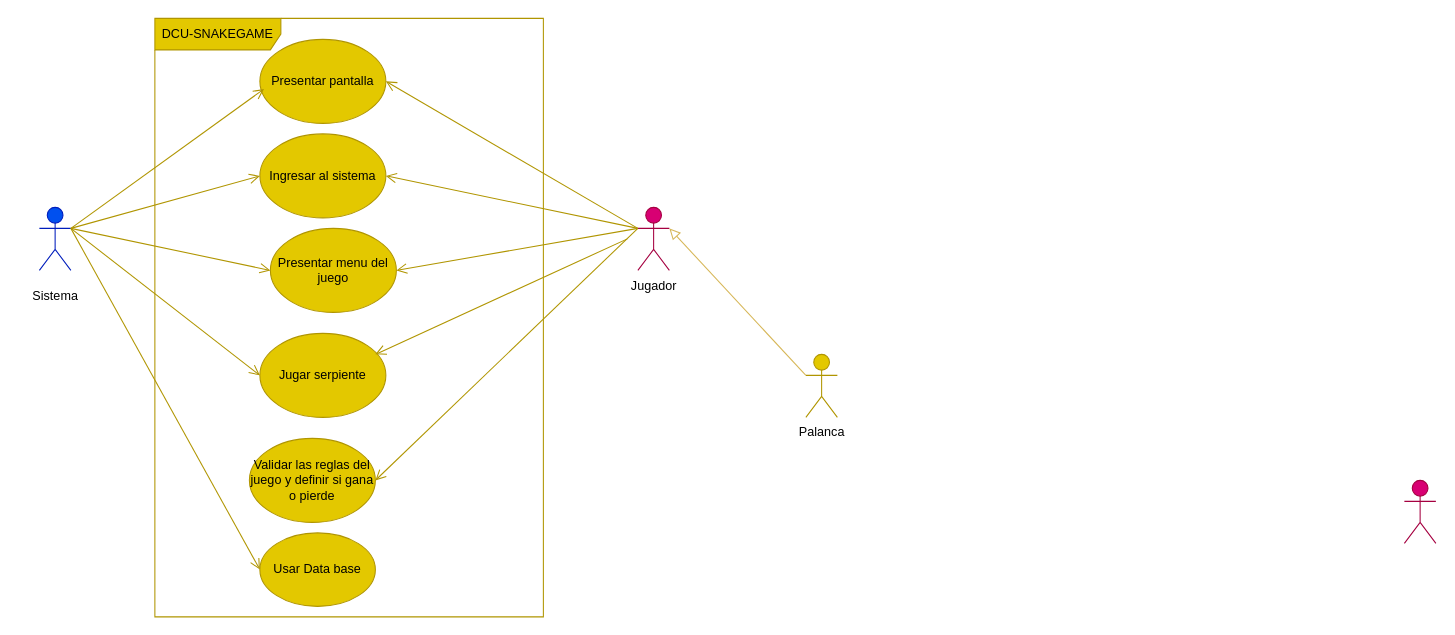
Juancb28/SnakeGame keeps this draw.io diagram as design/DCU_SNAKEGAME.dio. Above is the earlier version. Source tidied: cells renumbered, new cells numbered last; positions are measured from the earlier drawing's top-left corner, leaving out a move shared by most shapes. Both pictures are drawn from the tidied source at 105%, with x=0, y=0 at pixel (18, 18).
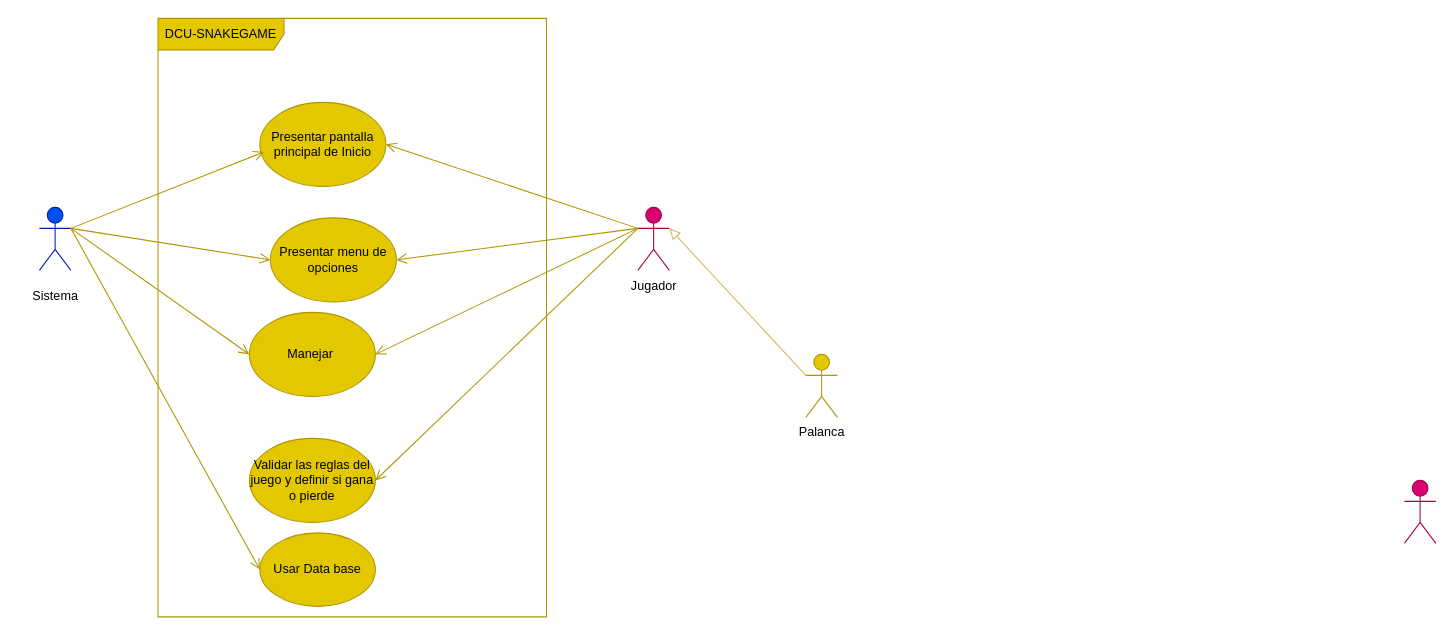
After the change.

The change refers to these unchanged cells:
```xml
<mxCell id="3" value="Jugador" style="shape=umlActor;verticalLabelPosition=bottom;verticalAlign=top;html=1;outlineConnect=0;fillColor=#0050ef;fontColor=#ffffff;strokeColor=#001DBC;" parent="1" vertex="1">
  <mxGeometry x="20" y="180" width="30" height="60" as="geometry" />
</mxCell>
<mxCell id="4" value="Juego" style="shape=umlActor;verticalLabelPosition=bottom;verticalAlign=top;html=1;outlineConnect=0;fillColor=#d80073;fontColor=#ffffff;strokeColor=#A50040;" parent="1" vertex="1">
  <mxGeometry x="590" y="180" width="30" height="60" as="geometry" />
</mxCell>
```

What changed in the source:
```diff
@@
     <mxCell id="2" value="DCU-SNAKEGAME" style="shape=umlFrame;whiteSpace=wrap;html=1;width=120;height=30;boundedLbl=1;verticalAlign=middle;align=left;spacingLeft=5;fillColor=#e3c800;fontColor=#000000;strokeColor=#B09500;" parent="1" vertex="1">
-      <mxGeometry x="130" width="370" height="570" as="geometry" />
+      <mxGeometry x="133" width="370" height="570" as="geometry" />
     </mxCell>
@@
-    <mxCell id="6" value="Presentar menu del juego" style="ellipse;whiteSpace=wrap;html=1;fillColor=#e3c800;fontColor=#000000;strokeColor=#B09500;" parent="1" vertex="1">
-      <mxGeometry x="240" y="200" width="120" height="80" as="geometry" />
+    <mxCell id="6" value="Presentar menu de opciones" style="ellipse;whiteSpace=wrap;html=1;fillColor=#e3c800;fontColor=#000000;strokeColor=#B09500;" parent="1" vertex="1">
+      <mxGeometry x="240" y="190" width="120" height="80" as="geometry" />
     </mxCell>
-    <mxCell id="7" value="Jugar serpiente" style="ellipse;whiteSpace=wrap;html=1;fillColor=#e3c800;fontColor=#000000;strokeColor=#B09500;" parent="1" vertex="1">
-      <mxGeometry x="230" y="300" width="120" height="80" as="geometry" />
+    <mxCell id="7" value="Manejar&amp;nbsp;" style="ellipse;whiteSpace=wrap;html=1;fillColor=#e3c800;fontColor=#000000;strokeColor=#B09500;" parent="1" vertex="1">
+      <mxGeometry x="220" y="280" width="120" height="80" as="geometry" />
     </mxCell>
-    <mxCell id="8" value="&lt;div style=&quot;text-align: center;&quot;&gt;&lt;span style=&quot;text-align: start; background-color: initial;&quot;&gt;Ingresar al sistema&lt;/span&gt;&lt;/div&gt;" style="ellipse;whiteSpace=wrap;html=1;fillColor=#e3c800;fontColor=#000000;strokeColor=#B09500;" parent="1" vertex="1">
-      <mxGeometry x="230" y="110" width="120" height="80" as="geometry" />
-    </mxCell>
-    <mxCell id="9" style="endArrow=open;startArrow=none;endFill=0;startFill=0;endSize=8;html=1;verticalAlign=bottom;labelBackgroundColor=none;strokeWidth=1;exitX=1;exitY=0.3333333333333333;exitDx=0;exitDy=0;exitPerimeter=0;entryX=0;entryY=0.5;entryDx=0;entryDy=0;fillColor=#e3c800;strokeColor=#B09500;" parent="1" edge="1" source="3" target="8">
-      <mxGeometry relative="1" as="geometry" />
-    </mxCell>
@@
-    <mxCell id="12" style="endArrow=open;startArrow=none;endFill=0;startFill=0;endSize=8;html=1;verticalAlign=bottom;labelBackgroundColor=none;strokeWidth=1;exitX=0;exitY=0.3333333333333333;exitDx=0;exitDy=0;exitPerimeter=0;entryX=1;entryY=0.5;entryDx=0;entryDy=0;fillColor=#e3c800;strokeColor=#B09500;" parent="1" edge="1" source="4" target="8">
-      <mxGeometry relative="1" as="geometry" />
-    </mxCell>
@@
-    <mxCell id="17" value="&lt;div style=&quot;text-align: start;&quot;&gt;Presentar pantalla&lt;/div&gt;" style="ellipse;whiteSpace=wrap;html=1;fillColor=#e3c800;fontColor=#000000;strokeColor=#B09500;" parent="1" vertex="1">
-      <mxGeometry x="230" y="20" width="120" height="80" as="geometry" />
+    <mxCell id="17" value="&lt;div style=&quot;&quot;&gt;Presentar pantalla principal de Inicio&lt;/div&gt;" style="ellipse;whiteSpace=wrap;html=1;fillColor=#e3c800;fontColor=#000000;strokeColor=#B09500;align=center;" parent="1" vertex="1">
+      <mxGeometry x="230" y="80" width="120" height="80" as="geometry" />
     </mxCell>
@@
-    <mxCell id="19" style="endArrow=open;startArrow=none;endFill=0;startFill=0;endSize=8;html=1;verticalAlign=bottom;labelBackgroundColor=none;strokeWidth=1;entryX=1;entryY=0.5;entryDx=0;entryDy=0;fillColor=#e3c800;strokeColor=#B09500;" parent="1" edge="1">
+    <mxCell id="19" style="endArrow=open;startArrow=none;endFill=0;startFill=0;endSize=8;html=1;verticalAlign=bottom;labelBackgroundColor=none;strokeWidth=1;fillColor=#e3c800;strokeColor=#B09500;entryX=1;entryY=0.5;entryDx=0;entryDy=0;" parent="1" edge="1" target="17">
       <mxGeometry relative="1" as="geometry">
         <mxPoint x="590" y="200" as="sourcePoint" />
-        <mxPoint x="350" y="60" as="targetPoint" />
       </mxGeometry>
     </mxCell>
     <mxCell id="20" style="endArrow=open;startArrow=none;endFill=0;startFill=0;endSize=8;html=1;verticalAlign=bottom;labelBackgroundColor=none;strokeWidth=1;entryX=1;entryY=0.5;entryDx=0;entryDy=0;fillColor=#e3c800;strokeColor=#B09500;" parent="1" edge="1">
       <mxGeometry relative="1" as="geometry">
-        <mxPoint x="580" y="210" as="sourcePoint" />
+        <mxPoint x="590" y="200" as="sourcePoint" />
         <mxPoint x="340" y="320" as="targetPoint" />
       </mxGeometry>
     </mxCell>
```
